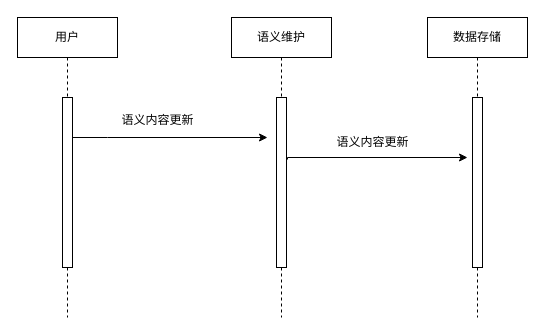
Earlier version of the draw.io diagram 数据检索与维修数据服/语义维护2.drawio (DemonHan/KuickBuy). Source tidied: cells renumbered, new cells numbered last; positions are measured from the earlier drawing's top-left corner, leaving out a move shared by most shapes. Both pictures are drawn from the tidied source at 100%, with x=0, y=0 at pixel (17, 17).
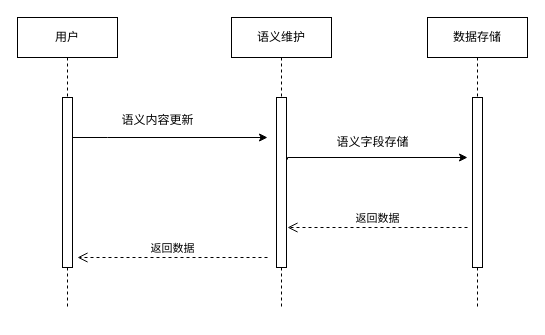
The same page after the edit.

Commit message (it also covers changes not shown here):
更新语义维护2.drawio

The edit, as a diff of the source:
```diff
@@
     <mxCell id="2" value="用户" style="shape=umlLifeline;perimeter=lifelinePerimeter;whiteSpace=wrap;html=1;newEdgeStyle={&quot;curved&quot;:0,&quot;rounded&quot;:0};" parent="1" vertex="1">
-      <mxGeometry width="100" height="300" as="geometry" />
+      <mxGeometry width="100" height="290" as="geometry" />
     </mxCell>
@@
     <mxCell id="4" value="语义维护" style="shape=umlLifeline;perimeter=lifelinePerimeter;whiteSpace=wrap;html=1;newEdgeStyle={&quot;curved&quot;:0,&quot;rounded&quot;:0};" parent="1" vertex="1">
-      <mxGeometry x="214" width="100" height="300" as="geometry" />
+      <mxGeometry x="214" width="100" height="290" as="geometry" />
     </mxCell>
@@
     <mxCell id="6" value="数据存储" style="shape=umlLifeline;perimeter=lifelinePerimeter;whiteSpace=wrap;html=1;newEdgeStyle={&quot;curved&quot;:0,&quot;rounded&quot;:0};" parent="1" vertex="1">
-      <mxGeometry x="410" width="100" height="300" as="geometry" />
+      <mxGeometry x="410" width="100" height="290" as="geometry" />
     </mxCell>
@@
-    <mxCell id="11" value="语义内容更新" style="text;html=1;align=center;verticalAlign=middle;strokeColor=none;fillColor=none;" parent="1" vertex="1">
+    <mxCell id="11" value="语义字段存储" style="text;html=1;align=center;verticalAlign=middle;strokeColor=none;fillColor=none;" parent="1" vertex="1">
       <mxGeometry x="305" y="110" width="100" height="30" as="geometry" />
     </mxCell>
+    <mxCell id="12" value="返回数据" style="html=1;verticalAlign=bottom;endArrow=open;dashed=1;endSize=8;curved=0;rounded=0;" parent="1" edge="1">
+      <mxGeometry relative="1" as="geometry">
+        <mxPoint x="450" y="210" as="sourcePoint" />
+        <mxPoint x="270" y="210" as="targetPoint" />
+      </mxGeometry>
+    </mxCell>
+    <mxCell id="13" value="返回数据" style="html=1;verticalAlign=bottom;endArrow=open;dashed=1;endSize=8;curved=0;rounded=0;" parent="1" edge="1">
+      <mxGeometry relative="1" as="geometry">
+        <mxPoint x="250" y="240" as="sourcePoint" />
+        <mxPoint x="60" y="240" as="targetPoint" />
+      </mxGeometry>
+    </mxCell>
```
